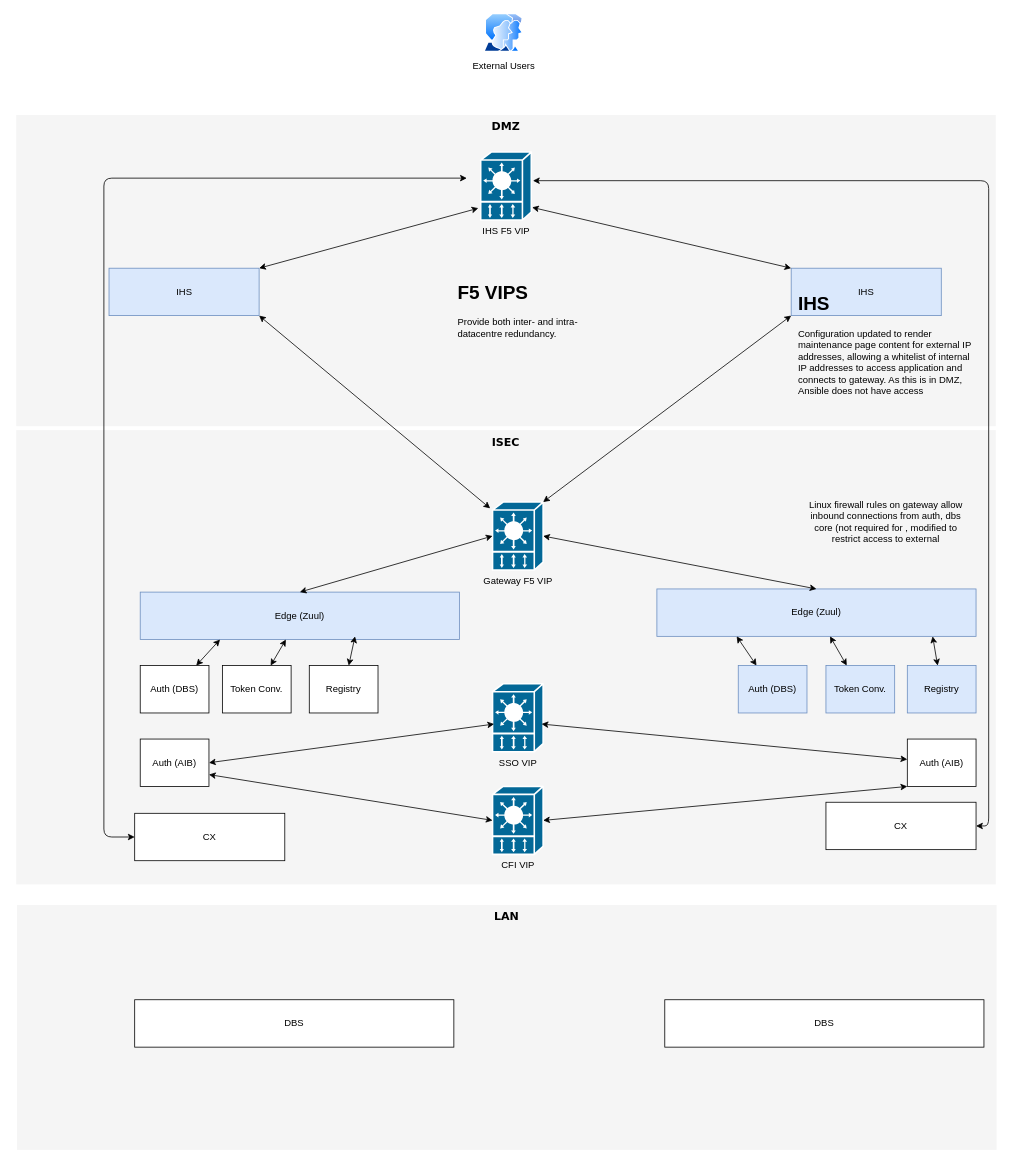
This is src/main/resources/topology.drawio from hughrossdublin/cardsproxy, a draw.io file, before an edit. Source tidied: cells renumbered, new cells numbered last; positions are measured from the earlier drawing's top-left corner, leaving out a move shared by most shapes. Both pictures are drawn from the tidied source at 79%, with x=0, y=0 at pixel (16, 13).
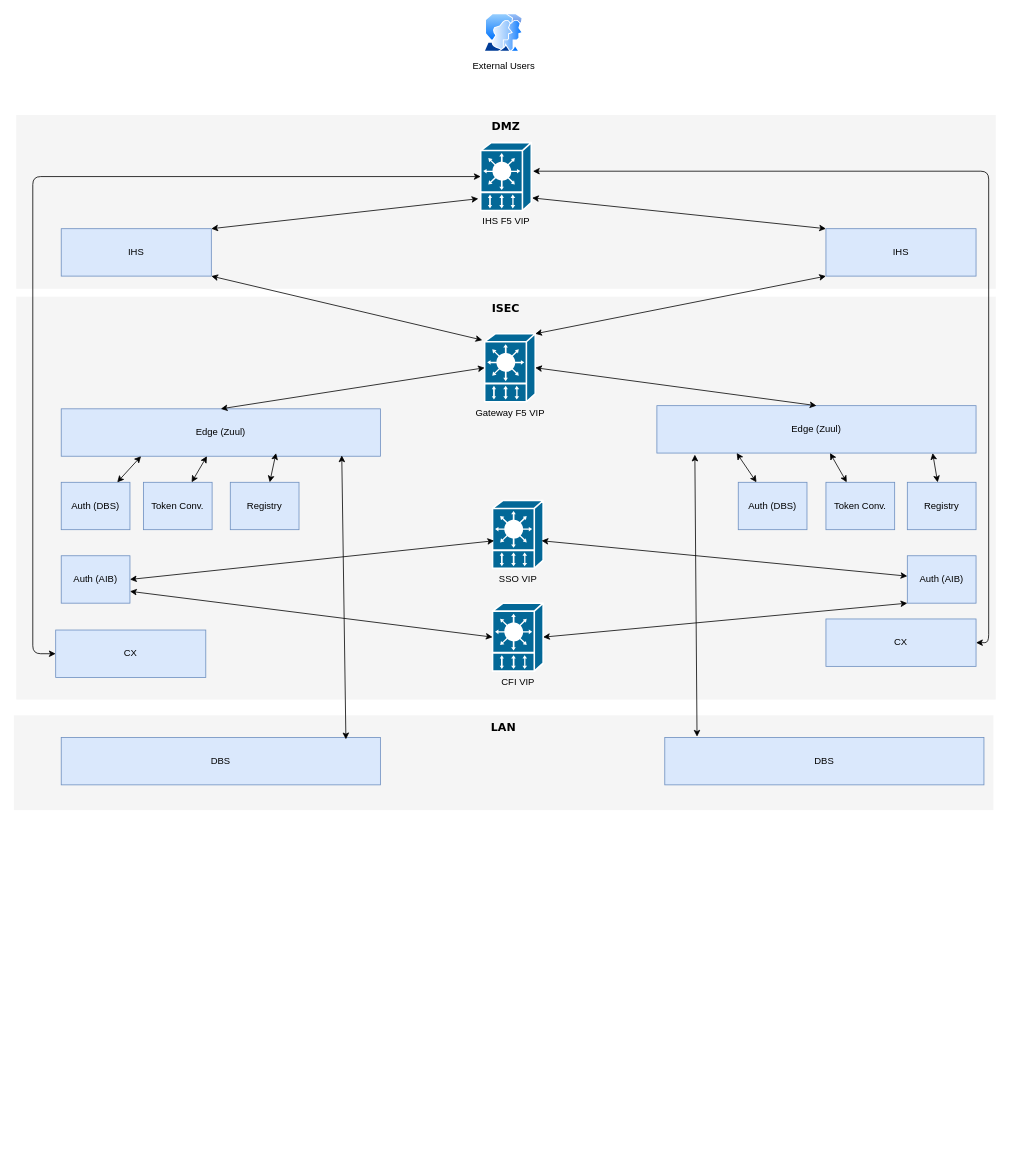
The same diagram, later.

The edit, as a diff of the source:
```diff
@@
     <mxCell id="2" value="LAN" style="whiteSpace=wrap;html=1;rounded=0;shadow=0;comic=0;strokeWidth=1;fontFamily=Verdana;fontSize=14;fillColor=#f5f5f5;strokeColor=none;verticalAlign=top;fontStyle=1;" parent="1" vertex="1">
-      <mxGeometry x="1" y="1128" width="1240" height="310" as="geometry" />
+      <mxGeometry x="-3" y="888" width="1240" height="120" as="geometry" />
     </mxCell>
     <mxCell id="3" value="DMZ" style="whiteSpace=wrap;html=1;rounded=0;shadow=0;comic=0;strokeWidth=1;fontFamily=Verdana;fontSize=14;fillColor=#f5f5f5;strokeColor=none;verticalAlign=top;fontStyle=1;" parent="1" vertex="1">
-      <mxGeometry y="128" width="1240" height="394" as="geometry" />
+      <mxGeometry y="128" width="1240" height="220" as="geometry" />
     </mxCell>
     <mxCell id="4" value="IHS F5 VIP" style="shape=mxgraph.cisco.misc.vip;html=1;dashed=0;fillColor=#036897;strokeColor=#ffffff;strokeWidth=2;verticalLabelPosition=bottom;verticalAlign=top;" parent="1" vertex="1">
-      <mxGeometry x="588" y="175" width="64" height="86" as="geometry" />
+      <mxGeometry x="588" y="163" width="64" height="86" as="geometry" />
     </mxCell>
@@
     <mxCell id="6" value="IHS" style="rounded=0;whiteSpace=wrap;html=1;fillColor=#dae8fc;strokeColor=#6c8ebf;" parent="1" vertex="1">
-      <mxGeometry x="117.5" y="322" width="190" height="60" as="geometry" />
+      <mxGeometry x="57" y="272" width="190" height="60" as="geometry" />
     </mxCell>
     <mxCell id="7" value="IHS" style="rounded=0;whiteSpace=wrap;html=1;strokeColor=#6c8ebf;fillColor=#dae8fc;" parent="1" vertex="1">
-      <mxGeometry x="981" y="322" width="190" height="60" as="geometry" />
+      <mxGeometry x="1025" y="272" width="190" height="60" as="geometry" />
     </mxCell>
     <mxCell id="8" value="ISEC" style="whiteSpace=wrap;html=1;rounded=0;shadow=0;comic=0;strokeWidth=1;fontFamily=Verdana;fontSize=14;fillColor=#f5f5f5;strokeColor=none;verticalAlign=top;fontStyle=1;" parent="1" vertex="1">
-      <mxGeometry y="527" width="1240" height="575" as="geometry" />
+      <mxGeometry y="358" width="1240" height="510" as="geometry" />
     </mxCell>
     <mxCell id="9" value="Edge (Zuul)" style="rounded=0;whiteSpace=wrap;html=1;strokeColor=#6c8ebf;fillColor=#dae8fc;" parent="1" vertex="1">
-      <mxGeometry x="157" y="732" width="404" height="60" as="geometry" />
+      <mxGeometry x="57" y="500" width="404" height="60" as="geometry" />
     </mxCell>
     <mxCell id="10" value="Edge (Zuul)" style="rounded=0;whiteSpace=wrap;html=1;strokeColor=#6c8ebf;fillColor=#dae8fc;" parent="1" vertex="1">
-      <mxGeometry x="811" y="728" width="404" height="60" as="geometry" />
+      <mxGeometry x="811" y="496" width="404" height="60" as="geometry" />
     </mxCell>
     <mxCell id="11" value="Gateway F5 VIP" style="shape=mxgraph.cisco.misc.vip;html=1;dashed=0;fillColor=#036897;strokeColor=#ffffff;strokeWidth=2;verticalLabelPosition=bottom;verticalAlign=top;" parent="1" vertex="1">
-      <mxGeometry x="603" y="618" width="64" height="86" as="geometry" />
+      <mxGeometry x="593" y="405" width="64" height="86" as="geometry" />
     </mxCell>
-    <mxCell id="12" value="CX" style="rounded=0;whiteSpace=wrap;html=1;" parent="1" vertex="1">
-      <mxGeometry x="150" y="1012" width="190" height="60" as="geometry" />
+    <mxCell id="12" value="CX" style="rounded=0;whiteSpace=wrap;html=1;fillColor=#dae8fc;strokeColor=#6c8ebf;" parent="1" vertex="1">
+      <mxGeometry x="50" y="780" width="190" height="60" as="geometry" />
     </mxCell>
-    <mxCell id="13" value="CX" style="rounded=0;whiteSpace=wrap;html=1;" parent="1" vertex="1">
-      <mxGeometry x="1025" y="998" width="190" height="60" as="geometry" />
+    <mxCell id="13" value="CX" style="rounded=0;whiteSpace=wrap;html=1;fillColor=#dae8fc;strokeColor=#6c8ebf;" parent="1" vertex="1">
+      <mxGeometry x="1025" y="766" width="190" height="60" as="geometry" />
     </mxCell>
-    <mxCell id="14" value="Auth (DBS)" style="rounded=0;whiteSpace=wrap;html=1;" parent="1" vertex="1">
-      <mxGeometry x="157" y="825" width="87" height="60" as="geometry" />
+    <mxCell id="14" value="Auth (DBS)" style="rounded=0;whiteSpace=wrap;html=1;fillColor=#dae8fc;strokeColor=#6c8ebf;" parent="1" vertex="1">
+      <mxGeometry x="57" y="593" width="87" height="60" as="geometry" />
     </mxCell>
     <mxCell id="15" value="Auth (DBS)" style="rounded=0;whiteSpace=wrap;html=1;strokeColor=#6c8ebf;fillColor=#dae8fc;" parent="1" vertex="1">
-      <mxGeometry x="914" y="825" width="87" height="60" as="geometry" />
+      <mxGeometry x="914" y="593" width="87" height="60" as="geometry" />
     </mxCell>
     <mxCell id="16" value="SSO VIP" style="shape=mxgraph.cisco.misc.vip;html=1;dashed=0;fillColor=#036897;strokeColor=#ffffff;strokeWidth=2;verticalLabelPosition=bottom;verticalAlign=top;" parent="1" vertex="1">
-      <mxGeometry x="603" y="848" width="64" height="86" as="geometry" />
+      <mxGeometry x="603" y="616" width="64" height="86" as="geometry" />
     </mxCell>
@@
-    <mxCell id="24" value="Token Conv." style="rounded=0;whiteSpace=wrap;html=1;" parent="1" vertex="1">
-      <mxGeometry x="261" y="825" width="87" height="60" as="geometry" />
+    <mxCell id="24" value="Token Conv." style="rounded=0;whiteSpace=wrap;html=1;fillColor=#dae8fc;strokeColor=#6c8ebf;" parent="1" vertex="1">
+      <mxGeometry x="161" y="593" width="87" height="60" as="geometry" />
     </mxCell>
     <mxCell id="25" value="Token Conv." style="rounded=0;whiteSpace=wrap;html=1;direction=south;strokeColor=#6c8ebf;fillColor=#dae8fc;" parent="1" vertex="1">
-      <mxGeometry x="1025" y="825" width="87" height="60" as="geometry" />
+      <mxGeometry x="1025" y="593" width="87" height="60" as="geometry" />
     </mxCell>
-    <mxCell id="26" value="Registry" style="rounded=0;whiteSpace=wrap;html=1;" parent="1" vertex="1">
-      <mxGeometry x="371" y="825" width="87" height="60" as="geometry" />
+    <mxCell id="26" value="Registry" style="rounded=0;whiteSpace=wrap;html=1;fillColor=#dae8fc;strokeColor=#6c8ebf;" parent="1" vertex="1">
+      <mxGeometry x="271" y="593" width="87" height="60" as="geometry" />
     </mxCell>
     <mxCell id="27" value="Registry" style="rounded=0;whiteSpace=wrap;html=1;strokeColor=#6c8ebf;fillColor=#dae8fc;" parent="1" vertex="1">
-      <mxGeometry x="1128" y="825" width="87" height="60" as="geometry" />
+      <mxGeometry x="1128" y="593" width="87" height="60" as="geometry" />
     </mxCell>
@@
-    <mxCell id="33" value="&lt;h1&gt;IHS&lt;/h1&gt;&lt;p&gt;Configuration updated to render maintenance page content for external IP addresses, allowing a whitelist of internal IP addresses to access application and connects to gateway. As this is in DMZ, Ansible does not have access&lt;/p&gt;" style="text;html=1;strokeColor=none;fillColor=none;spacing=5;spacingTop=-20;whiteSpace=wrap;overflow=hidden;rounded=0;" parent="1" vertex="1">
-      <mxGeometry x="985" y="348" width="230" height="150" as="geometry" />
-    </mxCell>
-    <mxCell id="34" value="Linux firewall rules on gateway allow inbound connections from auth, dbs core (not required for , modified to restrict access to external" style="text;html=1;strokeColor=none;fillColor=none;align=center;verticalAlign=middle;whiteSpace=wrap;rounded=0;" parent="1" vertex="1">
-      <mxGeometry x="1001" y="608" width="200" height="70" as="geometry" />
-    </mxCell>
-    <mxCell id="35" value="Auth (AIB)" style="rounded=0;whiteSpace=wrap;html=1;" parent="1" vertex="1">
-      <mxGeometry x="1128" y="918" width="87" height="60" as="geometry" />
+    <mxCell id="35" value="Auth (AIB)" style="rounded=0;whiteSpace=wrap;html=1;fillColor=#dae8fc;strokeColor=#6c8ebf;" parent="1" vertex="1">
+      <mxGeometry x="1128" y="686" width="87" height="60" as="geometry" />
     </mxCell>
-    <mxCell id="36" value="Auth (AIB)" style="rounded=0;whiteSpace=wrap;html=1;" parent="1" vertex="1">
-      <mxGeometry x="157" y="918" width="87" height="60" as="geometry" />
+    <mxCell id="36" value="Auth (AIB)" style="rounded=0;whiteSpace=wrap;html=1;fillColor=#dae8fc;strokeColor=#6c8ebf;" parent="1" vertex="1">
+      <mxGeometry x="57" y="686" width="87" height="60" as="geometry" />
     </mxCell>
@@
     <mxCell id="39" value="CFI VIP" style="shape=mxgraph.cisco.misc.vip;html=1;dashed=0;fillColor=#036897;strokeColor=#ffffff;strokeWidth=2;verticalLabelPosition=bottom;verticalAlign=top;" parent="1" vertex="1">
-      <mxGeometry x="603" y="978" width="64" height="86" as="geometry" />
+      <mxGeometry x="603" y="746" width="64" height="86" as="geometry" />
     </mxCell>
-    <mxCell id="40" style="endArrow=classic;startArrow=classic;html=1;exitX=0;exitY=0.5;exitDx=0;exitDy=0;entryX=0.46;entryY=0.203;entryDx=0;entryDy=0;entryPerimeter=0;edgeStyle=orthogonalEdgeStyle;" parent="1" edge="1" source="12" target="3">
+    <mxCell id="40" style="endArrow=classic;startArrow=classic;html=1;exitX=0;exitY=0.5;exitDx=0;exitDy=0;edgeStyle=orthogonalEdgeStyle;entryX=0;entryY=0.5;entryDx=0;entryDy=0;entryPerimeter=0;" parent="1" edge="1" source="12" target="4">
       <mxGeometry relative="1" as="geometry">
         <Array as="points">
-          <mxPoint x="111" y="1042" />
-          <mxPoint x="111" y="208" />
+          <mxPoint x="21" y="810" />
+          <mxPoint x="21" y="206" />
         </Array>
       </mxGeometry>
     </mxCell>
@@
-    <mxCell id="43" value="DBS" style="rounded=0;whiteSpace=wrap;html=1;" parent="1" vertex="1">
-      <mxGeometry x="150" y="1248" width="404" height="60" as="geometry" />
+    <mxCell id="43" value="DBS" style="rounded=0;whiteSpace=wrap;html=1;fillColor=#dae8fc;strokeColor=#6c8ebf;" parent="1" vertex="1">
+      <mxGeometry x="57" y="916" width="404" height="60" as="geometry" />
     </mxCell>
-    <mxCell id="44" value="DBS" style="rounded=0;whiteSpace=wrap;html=1;" parent="1" vertex="1">
-      <mxGeometry x="821" y="1248" width="404" height="60" as="geometry" />
+    <mxCell id="44" value="DBS" style="rounded=0;whiteSpace=wrap;html=1;fillColor=#dae8fc;strokeColor=#6c8ebf;" parent="1" vertex="1">
+      <mxGeometry x="821" y="916" width="404" height="60" as="geometry" />
     </mxCell>
@@
-    <mxCell id="46" value="&lt;h1&gt;F5 VIPS&lt;/h1&gt;&lt;p&gt;Provide both inter- and intra-datacentre redundancy.&lt;/p&gt;" style="text;html=1;strokeColor=none;fillColor=none;spacing=5;spacingTop=-20;whiteSpace=wrap;overflow=hidden;rounded=0;" parent="1" vertex="1">
-      <mxGeometry x="554" y="333" width="190" height="120" as="geometry" />
-    </mxCell>
+    <mxCell id="47" style="endArrow=classic;startArrow=classic;html=1;entryX=0.879;entryY=0.983;entryDx=0;entryDy=0;entryPerimeter=0;exitX=0.892;exitY=0.039;exitDx=0;exitDy=0;exitPerimeter=0;" parent="1" edge="1" source="43" target="9">
+      <mxGeometry relative="1" as="geometry" />
+    </mxCell>
+    <mxCell id="48" style="endArrow=classic;startArrow=classic;html=1;entryX=0.119;entryY=1.033;entryDx=0;entryDy=0;entryPerimeter=0;exitX=0.101;exitY=-0.017;exitDx=0;exitDy=0;exitPerimeter=0;" parent="1" edge="1" source="44" target="10">
+      <mxGeometry relative="1" as="geometry" />
+    </mxCell>
```
